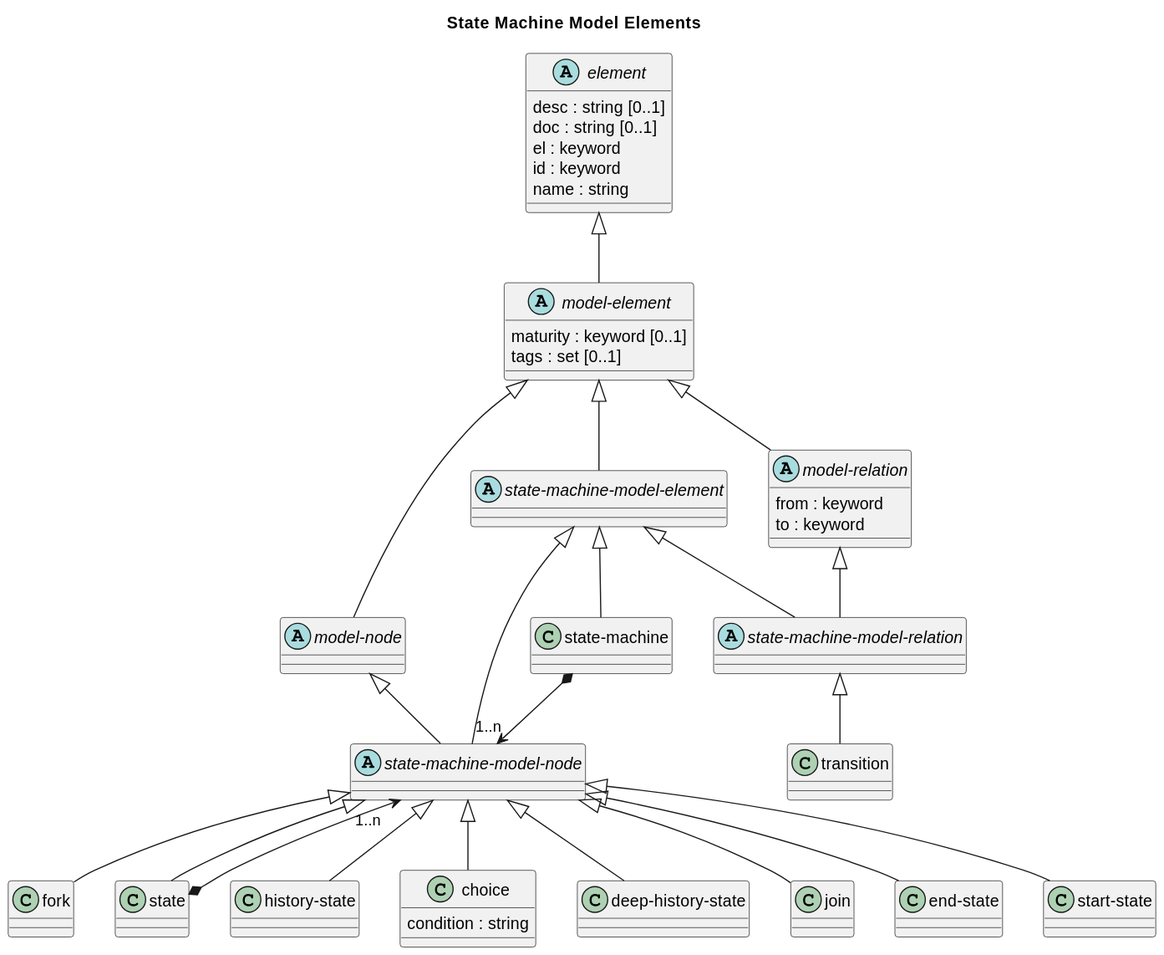
Earlier version of the PlantUML export doc/images/overarch/data-model/state-machine-model-elements.svg (soulspace-org/overarch).
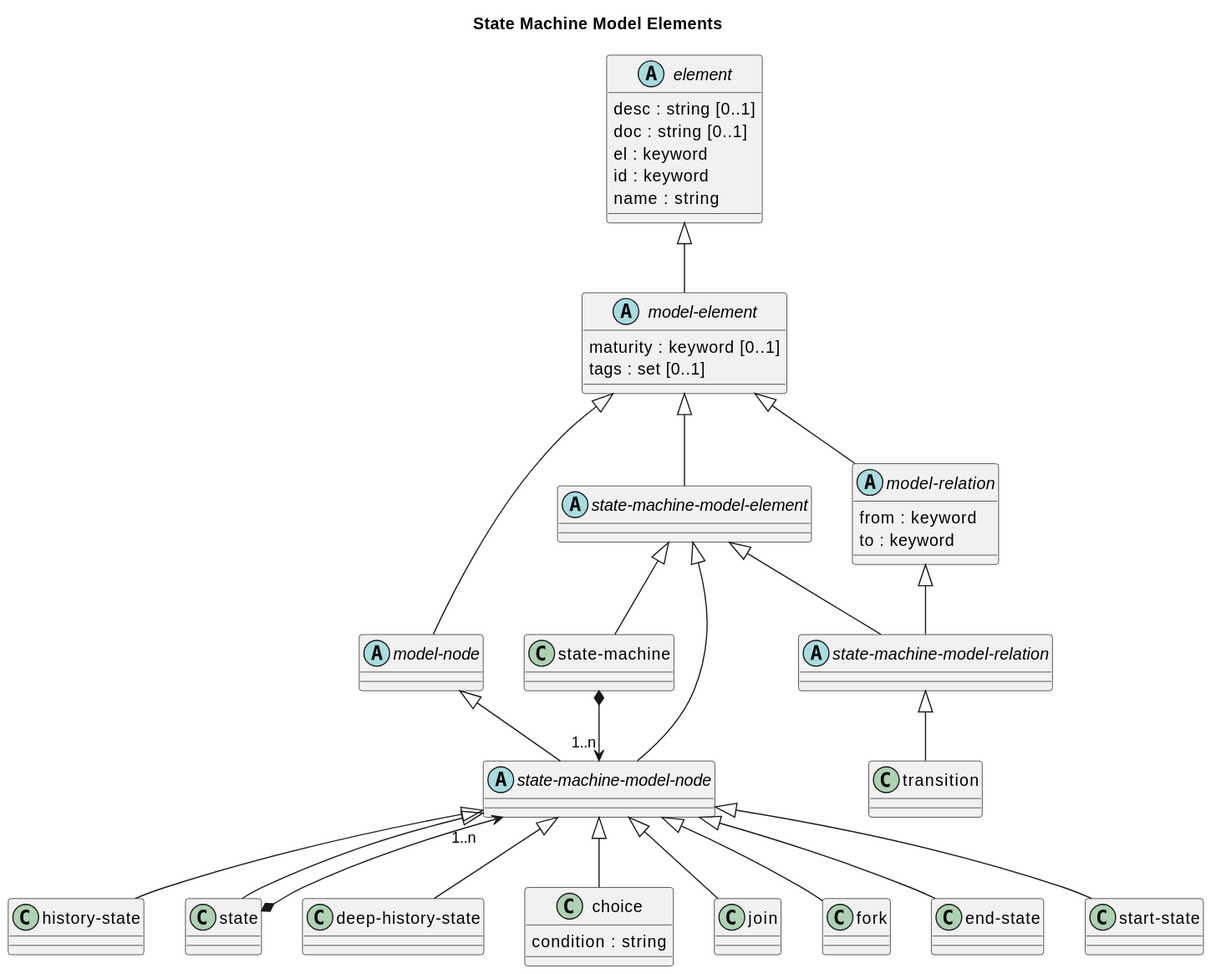
Above is the later version.

Commit message:
update data model diagrams

What changed in the source:
```diff
@@ -1,8 +1,29 @@
 @startuml
 title State Machine Model Elements
 
+class "history-state" as overarch_dataModel_historyState {}
+abstract class "state-machine-model-element" as overarch_dataModel_stateMachineModelElement {}
+abstract class "model-element" as overarch_dataModel_modelElement {
+  maturity : keyword [0..1]
+  tags : set [0..1]
+}
+class "deep-history-state" as overarch_dataModel_deepHistoryState {}
+class "choice" as overarch_dataModel_choice {
+  condition : string
+}
+class "state" as overarch_dataModel_state {}
+class "state-machine" as overarch_dataModel_stateMachine {}
+abstract class "model-node" as overarch_dataModel_modelNode {}
+abstract class "model-relation" as overarch_dataModel_modelRelation {
+  from : keyword
+  to : keyword
+}
+class "join" as overarch_dataModel_join {}
 class "fork" as overarch_dataModel_fork {}
-class "state-machine" as overarch_dataModel_stateMachine {}
+abstract class "state-machine-model-relation" as overarch_dataModel_stateMachineModelRelation {}
+class "transition" as overarch_dataModel_transition {}
+class "end-state" as overarch_dataModel_endState {}
+abstract class "state-machine-model-node" as overarch_dataModel_stateMachineModelNode {}
 abstract class "element" as overarch_dataModel_element {
   desc : string [0..1]
   doc : string [0..1]
@@ -10,27 +31,6 @@
   id : keyword
   name : string
 }
-class "history-state" as overarch_dataModel_historyState {}
-abstract class "state-machine-model-element" as overarch_dataModel_stateMachineModelElement {}
-class "choice" as overarch_dataModel_choice {
-  condition : string
-}
-class "deep-history-state" as overarch_dataModel_deepHistoryState {}
-class "state" as overarch_dataModel_state {}
-abstract class "model-node" as overarch_dataModel_modelNode {}
-abstract class "model-relation" as overarch_dataModel_modelRelation {
-  from : keyword
-  to : keyword
-}
-abstract class "state-machine-model-relation" as overarch_dataModel_stateMachineModelRelation {}
-abstract class "model-element" as overarch_dataModel_modelElement {
-  maturity : keyword [0..1]
-  tags : set [0..1]
-}
-class "transition" as overarch_dataModel_transition {}
-class "join" as overarch_dataModel_join {}
-class "end-state" as overarch_dataModel_endState {}
-abstract class "state-machine-model-node" as overarch_dataModel_stateMachineModelNode {}
 class "start-state" as overarch_dataModel_startState {}
 overarch_dataModel_stateMachineModelNode <|-- overarch_dataModel_choice
 overarch_dataModel_element <|-- overarch_dataModel_modelElement
```
